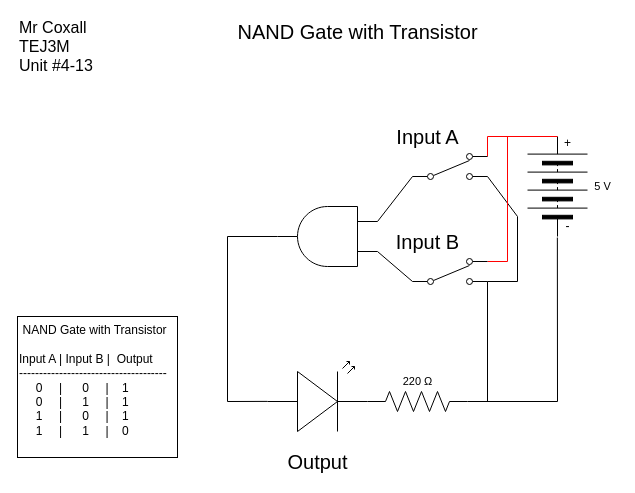
Above: Unit4-13/TEJ3M-Unit4-13.drawio in tej3m1-1-2021/TEJ3M-Unit4 (draw.io), before the change. Source tidied: cells renumbered, new cells numbered last; positions are measured from the earlier drawing's top-left corner, leaving out a move shared by most shapes. Both pictures are drawn from the tidied source at 100%, with x=0, y=0 at pixel (17, 21).
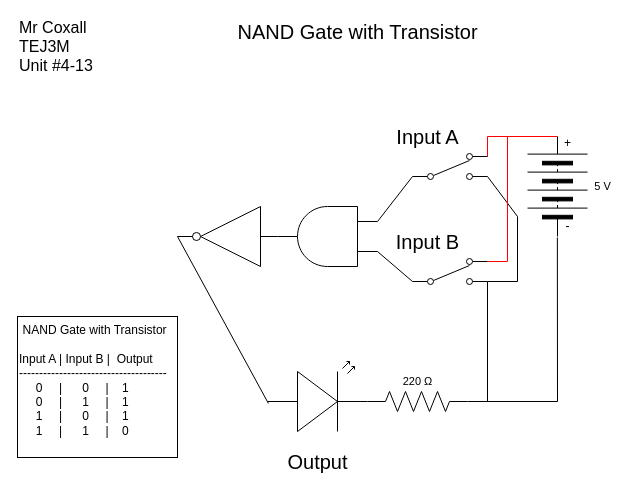
After the change.

Unchanged cells that the change refers to:
```xml
<mxCell id="6" style="verticalLabelPosition=bottom;shadow=0;dashed=0;align=center;html=1;verticalAlign=top;shape=mxgraph.electrical.opto_electronics.led_2;rotation=0;" parent="1" vertex="1">
  <mxGeometry x="250" y="340" width="100" height="70" as="geometry" />
</mxCell>
<mxCell id="26" style="verticalLabelPosition=bottom;shadow=0;dashed=0;align=center;html=1;verticalAlign=top;shape=mxgraph.electrical.logic_gates.logic_gate;operation=and;flipH=1;" parent="1" vertex="1">
  <mxGeometry x="260" y="185" width="100" height="60" as="geometry" />
</mxCell>
```

The edit, as a diff of the source:
```diff
@@
-    <mxCell id="5" style="edgeStyle=none;html=1;exitX=0;exitY=0.57;exitDx=0;exitDy=0;exitPerimeter=0;entryX=1;entryY=0.5;entryDx=0;entryDy=0;entryPerimeter=0;endArrow=none;endFill=0;rounded=0;" parent="1" edge="1" source="6" target="26">
-      <mxGeometry relative="1" as="geometry">
-        <Array as="points">
-          <mxPoint x="210" y="380" />
-          <mxPoint x="210" y="215" />
-        </Array>
-      </mxGeometry>
-    </mxCell>
@@
+    <mxCell id="27" style="verticalLabelPosition=bottom;shadow=0;dashed=0;align=center;html=1;verticalAlign=top;shape=mxgraph.electrical.logic_gates.inverter_2;flipH=1;" parent="1" vertex="1">
+      <mxGeometry x="160" y="185" width="100" height="60" as="geometry" />
+    </mxCell>
+    <mxCell id="28" style="edgeStyle=none;rounded=0;html=1;exitX=1;exitY=0.5;exitDx=0;exitDy=0;exitPerimeter=0;entryX=0.009;entryY=0.599;entryDx=0;entryDy=0;entryPerimeter=0;endArrow=none;endFill=0;" parent="1" edge="1" source="27" target="6">
+      <mxGeometry relative="1" as="geometry" />
+    </mxCell>
```
